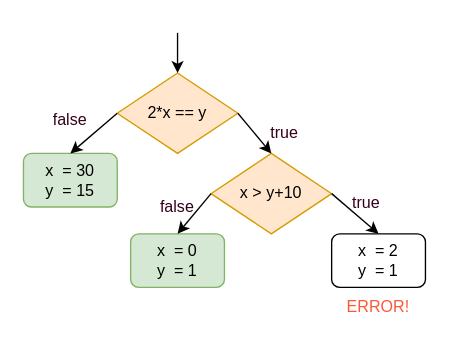
The draw.io diagram DrawIO/BSThesis-2.drawio in dingiso/TEST_For_Everything, before the edit. Source tidied: cells renumbered, new cells numbered last; positions are measured from the earlier drawing's top-left corner, leaving out a move shared by most shapes. Both pictures are drawn from the tidied source at 134%, with x=0, y=0 at pixel (23, 32).
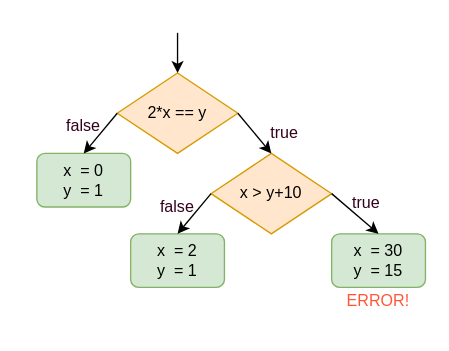
The same page after the edit.

Change to the diagram source:
```diff
@@
 <mxGraphModel>
   <root>
     <mxCell id="0" />
     <mxCell id="1" parent="0" />
     <mxCell id="2" value="2*x == y" style="rhombus;whiteSpace=wrap;html=1;fillColor=#ffe6cc;strokeColor=#d79b00;" parent="1" vertex="1">
       <mxGeometry x="70" y="30" width="90" height="60" as="geometry" />
     </mxCell>
-    <mxCell id="3" value="&lt;div&gt;x&amp;nbsp; = 0&lt;/div&gt;&lt;div&gt;y&amp;nbsp; = 1&lt;br&gt;&lt;/div&gt;" style="rounded=1;whiteSpace=wrap;html=1;fillColor=#d5e8d4;strokeColor=#82b366;" parent="1" vertex="1">
+    <mxCell id="3" value="&lt;div&gt;x&amp;nbsp; = 2&lt;br&gt;&lt;/div&gt;&lt;div&gt;y&amp;nbsp; = 1&lt;br&gt;&lt;/div&gt;" style="rounded=1;whiteSpace=wrap;html=1;fillColor=#d5e8d4;strokeColor=#82b366;" parent="1" vertex="1">
       <mxGeometry x="80" y="150" width="70" height="40" as="geometry" />
     </mxCell>
-    <mxCell id="4" value="&lt;div&gt;x&amp;nbsp; = 2&lt;br&gt;&lt;/div&gt;&lt;div&gt;y&amp;nbsp; = 1&lt;br&gt;&lt;/div&gt;" style="rounded=1;whiteSpace=wrap;html=1;" parent="1" vertex="1">
+    <mxCell id="4" value="&lt;div&gt;x&amp;nbsp; = 30&lt;br&gt;&lt;/div&gt;&lt;div&gt;y&amp;nbsp; = 15&lt;br&gt;&lt;/div&gt;" style="rounded=1;whiteSpace=wrap;html=1;fillColor=#d5e8d4;strokeColor=#82b366;" parent="1" vertex="1">
       <mxGeometry x="230" y="150" width="70" height="40" as="geometry" />
     </mxCell>
-    <mxCell id="5" value="&lt;div&gt;x&amp;nbsp; = 30&lt;/div&gt;&lt;div&gt;y&amp;nbsp; = 15&lt;br&gt;&lt;/div&gt;" style="rounded=1;whiteSpace=wrap;html=1;fillColor=#d5e8d4;strokeColor=#82b366;" parent="1" vertex="1">
-      <mxGeometry y="90" width="70" height="40" as="geometry" />
+    <mxCell id="5" value="&lt;div&gt;x&amp;nbsp; = 0&lt;/div&gt;&lt;div&gt;y&amp;nbsp; = 1&lt;br&gt;&lt;/div&gt;" style="rounded=1;whiteSpace=wrap;html=1;fillColor=#d5e8d4;strokeColor=#82b366;" parent="1" vertex="1">
+      <mxGeometry x="10" y="90" width="70" height="40" as="geometry" />
     </mxCell>
     <mxCell id="6" value="x &amp;gt; y+10" style="rhombus;whiteSpace=wrap;html=1;fillColor=#ffe6cc;strokeColor=#d79b00;" parent="1" vertex="1">
       <mxGeometry x="140" y="90" width="90" height="60" as="geometry" />
     </mxCell>
     <mxCell id="7" style="endArrow=classic;html=1;rounded=0;exitX=1;exitY=0.5;exitDx=0;exitDy=0;entryX=0.5;entryY=0;entryDx=0;entryDy=0;" parent="1" edge="1" source="2" target="6">
       <mxGeometry relative="1" as="geometry" />
     </mxCell>
     <mxCell id="8" style="endArrow=classic;html=1;rounded=0;exitX=0;exitY=0.5;exitDx=0;exitDy=0;entryX=0.5;entryY=0;entryDx=0;entryDy=0;" parent="1" edge="1" source="2" target="5">
       <mxGeometry relative="1" as="geometry" />
     </mxCell>
     <mxCell id="9" style="endArrow=classic;html=1;rounded=0;exitX=0;exitY=0.5;exitDx=0;exitDy=0;entryX=0.5;entryY=0;entryDx=0;entryDy=0;" parent="1" edge="1" source="6" target="3">
       <mxGeometry relative="1" as="geometry" />
     </mxCell>
     <mxCell id="10" style="endArrow=classic;html=1;rounded=0;exitX=1;exitY=0.5;exitDx=0;exitDy=0;entryX=0.5;entryY=0;entryDx=0;entryDy=0;" parent="1" edge="1" source="6" target="4">
       <mxGeometry relative="1" as="geometry" />
     </mxCell>
     <mxCell id="11" value="&lt;font color=&quot;#FF5736&quot;&gt;ERROR!&lt;/font&gt;" style="text;html=1;strokeColor=none;fillColor=none;align=center;verticalAlign=middle;whiteSpace=wrap;rounded=0;" parent="1" vertex="1">
-      <mxGeometry x="235" y="190" width="60" height="30" as="geometry" />
+      <mxGeometry x="235" y="185" width="60" height="30" as="geometry" />
     </mxCell>
     <mxCell id="12" value="true" style="text;html=1;strokeColor=none;fillColor=none;align=center;verticalAlign=middle;whiteSpace=wrap;rounded=0;fontColor=#33001A;" parent="1" vertex="1">
       <mxGeometry x="236" y="117" width="40" height="20" as="geometry" />
     </mxCell>
     <mxCell id="13" value="false" style="text;html=1;strokeColor=none;fillColor=none;align=center;verticalAlign=middle;whiteSpace=wrap;rounded=0;fontColor=#33001A;" parent="1" vertex="1">
       <mxGeometry x="95" y="120" width="40" height="20" as="geometry" />
     </mxCell>
     <mxCell id="14" value="false" style="text;html=1;strokeColor=none;fillColor=none;align=center;verticalAlign=middle;whiteSpace=wrap;rounded=0;fontColor=#33001A;" parent="1" vertex="1">
-      <mxGeometry x="15" y="55" width="40" height="20" as="geometry" />
+      <mxGeometry x="25" y="60" width="40" height="20" as="geometry" />
     </mxCell>
     <mxCell id="15" value="true" style="text;html=1;strokeColor=none;fillColor=none;align=center;verticalAlign=middle;whiteSpace=wrap;rounded=0;fontColor=#33001A;" parent="1" vertex="1">
       <mxGeometry x="175" y="65" width="40" height="20" as="geometry" />
     </mxCell>
     <mxCell id="16" style="endArrow=classic;html=1;rounded=0;fontColor=#33001A;entryX=0.5;entryY=0;entryDx=0;entryDy=0;" parent="1" edge="1" target="2">
       <mxGeometry relative="1" as="geometry">
         <mxPoint x="115" as="sourcePoint" />
       </mxGeometry>
     </mxCell>
   </root>
 </mxGraphModel>
```
